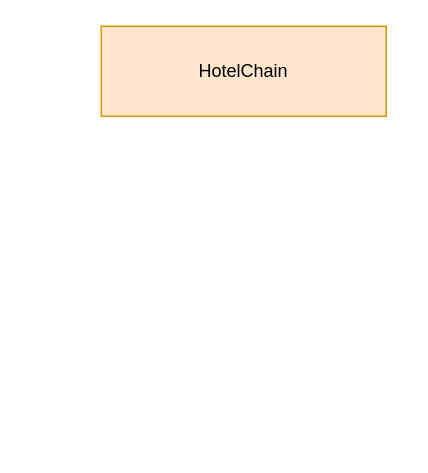
This is 1st-deliverable/ER Diagram.drawio from miuponn/eHotels-Project, a draw.io file, before an edit. Source tidied: cells renumbered, new cells numbered last; positions are measured from the earlier drawing's top-left corner, leaving out a move shared by most shapes. Both pictures are drawn from the tidied source at 150%, with x=0, y=0 at pixel (100, 26).
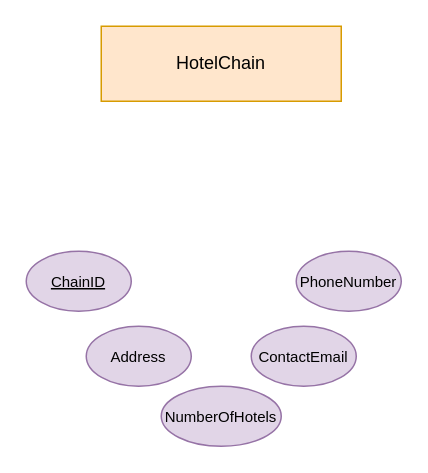
Above is the later version.

The edit, as a diff of the source:
```diff
@@
 <mxGraphModel>
   <root>
     <mxCell id="0" />
     <mxCell id="1" parent="0" />
     <mxCell id="2" value="HotelChain" style="rounded=0;whiteSpace=wrap;html=1;fillColor=#ffe6cc;strokeColor=#d79b00;" parent="1" vertex="1">
-      <mxGeometry width="190" height="60" as="geometry" />
+      <mxGeometry width="160" height="50" as="geometry" />
     </mxCell>
+    <mxCell id="3" value="&lt;u&gt;&lt;font style=&quot;font-size: 10px;&quot;&gt;ChainID&lt;/font&gt;&lt;/u&gt;" style="ellipse;whiteSpace=wrap;html=1;fillColor=#e1d5e7;strokeColor=#9673a6;" parent="1" vertex="1">
+      <mxGeometry x="-50" y="150" width="70" height="40" as="geometry" />
+    </mxCell>
+    <mxCell id="4" value="&lt;span style=&quot;font-size: 10px;&quot;&gt;Address&lt;br&gt;&lt;/span&gt;" style="ellipse;whiteSpace=wrap;html=1;fillColor=#e1d5e7;strokeColor=#9673a6;" parent="1" vertex="1">
+      <mxGeometry x="-10" y="200" width="70" height="40" as="geometry" />
+    </mxCell>
+    <mxCell id="5" value="&lt;span style=&quot;font-size: 10px;&quot;&gt;NumberOfHotels&lt;br&gt;&lt;/span&gt;" style="ellipse;whiteSpace=wrap;html=1;fillColor=#e1d5e7;strokeColor=#9673a6;" parent="1" vertex="1">
+      <mxGeometry x="40" y="240" width="80" height="40" as="geometry" />
+    </mxCell>
+    <mxCell id="6" value="&lt;span style=&quot;font-size: 10px;&quot;&gt;ContactEmail&lt;br&gt;&lt;/span&gt;" style="ellipse;whiteSpace=wrap;html=1;fillColor=#e1d5e7;strokeColor=#9673a6;" parent="1" vertex="1">
+      <mxGeometry x="100" y="200" width="70" height="40" as="geometry" />
+    </mxCell>
+    <mxCell id="7" value="&lt;span style=&quot;font-size: 10px;&quot;&gt;PhoneNumber&lt;br&gt;&lt;/span&gt;" style="ellipse;whiteSpace=wrap;html=1;fillColor=#e1d5e7;strokeColor=#9673a6;" parent="1" vertex="1">
+      <mxGeometry x="130" y="150" width="70" height="40" as="geometry" />
+    </mxCell>
   </root>
 </mxGraphModel>
```
